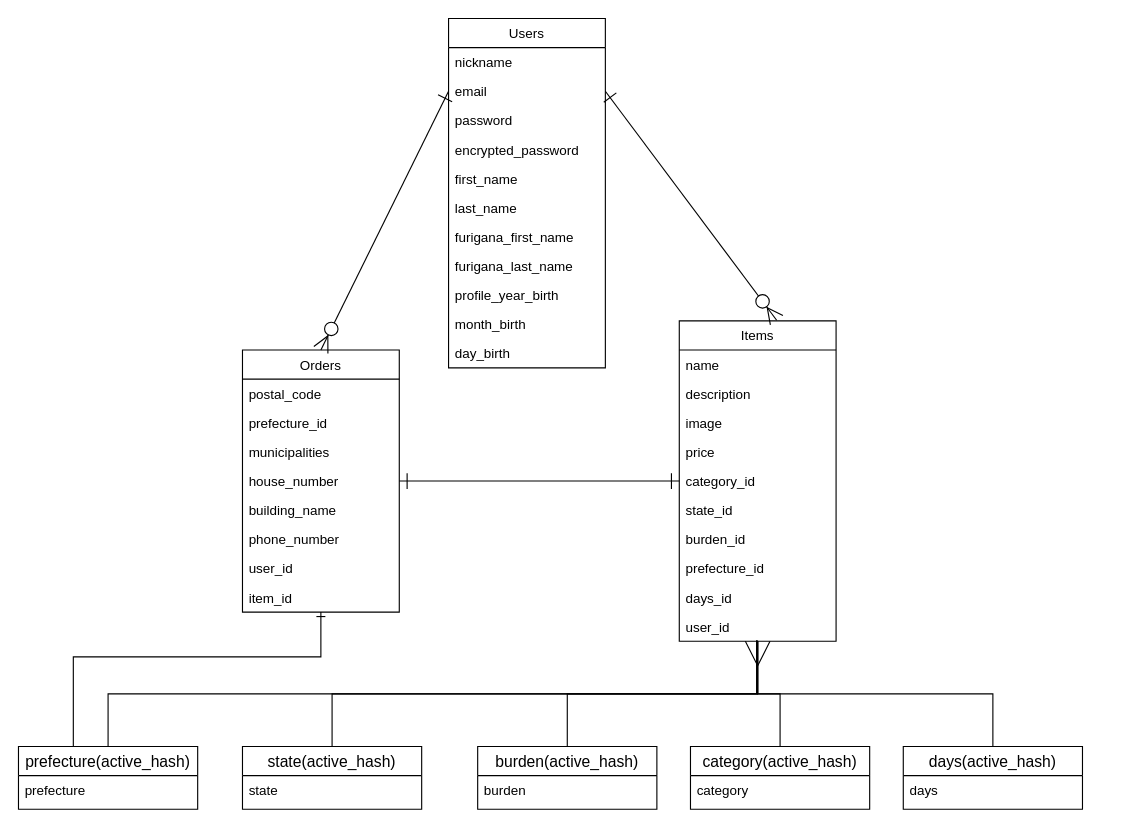
kazuomi-nakajima/furima-32996 keeps this draw.io diagram as er_diagram.dio. Above is the earlier version. Source tidied: cells renumbered, new cells numbered last; positions are measured from the earlier drawing's top-left corner, leaving out a move shared by most shapes. Both pictures are drawn from the tidied source at 112%, with x=0, y=0 at pixel (18, 18).
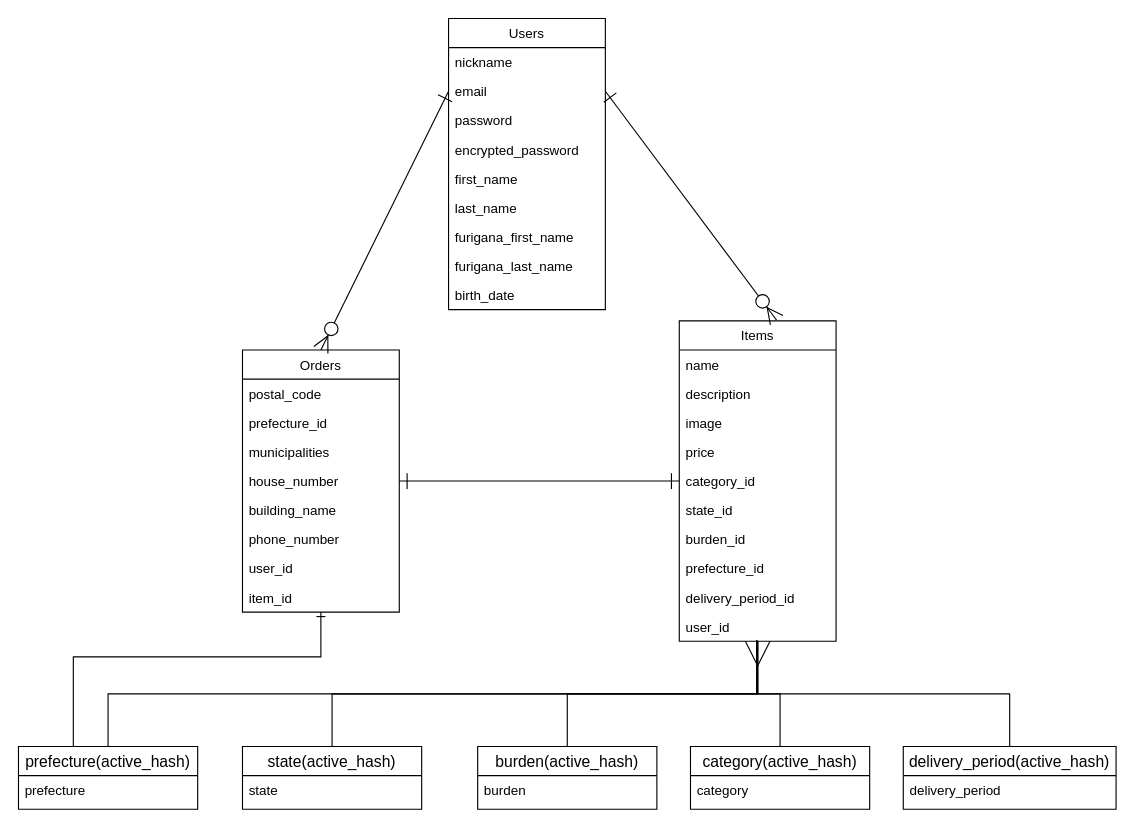
Above is the later version.

Commit message (it also covers changes not shown here):
DB修正：生年月日,購入テーブル

The change refers to these unchanged cells:
```xml
<mxCell id="14" value="Items" style="swimlane;fontStyle=0;horizontal=1;startSize=26;fillColor=none;" parent="1" vertex="1">
  <mxGeometry x="590" y="270" width="140" height="286" as="geometry" />
</mxCell>
```

Diff of the diagram source:
```diff
@@
     <mxCell id="2" value="Users" style="swimlane;fontStyle=0;horizontal=1;startSize=26;fillColor=none;" parent="1" vertex="1">
-      <mxGeometry x="384" width="140" height="312" as="geometry" />
+      <mxGeometry x="384" width="140" height="260" as="geometry" />
     </mxCell>
@@
-    <mxCell id="11" value="profile_year_birth" style="text;strokeColor=none;fillColor=none;align=left;verticalAlign=top;spacingLeft=4;spacingRight=4;overflow=hidden;" parent="2" vertex="1">
+    <mxCell id="11" value="birth_date" style="text;strokeColor=none;fillColor=none;align=left;verticalAlign=top;spacingLeft=4;spacingRight=4;overflow=hidden;" parent="2" vertex="1">
       <mxGeometry y="234" width="140" height="26" as="geometry" />
     </mxCell>
-    <mxCell id="12" value="month_birth" style="text;strokeColor=none;fillColor=none;align=left;verticalAlign=top;spacingLeft=4;spacingRight=4;overflow=hidden;" parent="2" vertex="1">
-      <mxGeometry y="260" width="140" height="26" as="geometry" />
-    </mxCell>
-    <mxCell id="13" value="day_birth" style="text;strokeColor=none;fillColor=none;align=left;verticalAlign=top;spacingLeft=4;spacingRight=4;overflow=hidden;" parent="2" vertex="1">
-      <mxGeometry y="286" width="140" height="26" as="geometry" />
-    </mxCell>
@@
-    <mxCell id="23" value="days_id" style="text;strokeColor=none;fillColor=none;align=left;verticalAlign=top;spacingLeft=4;spacingRight=4;overflow=hidden;" parent="14" vertex="1">
+    <mxCell id="23" value="delivery_period_id" style="text;strokeColor=none;fillColor=none;align=left;verticalAlign=top;spacingLeft=4;spacingRight=4;overflow=hidden;" parent="14" vertex="1">
       <mxGeometry y="234" width="140" height="26" as="geometry" />
     </mxCell>
@@
-    <mxCell id="44" value="days(active_hash)" style="swimlane;fontStyle=0;horizontal=1;startSize=26;align=center;fontSize=14;" parent="1" vertex="1">
-      <mxGeometry x="790" y="650" width="160" height="56" as="geometry" />
+    <mxCell id="44" value="delivery_period(active_hash)" style="swimlane;fontStyle=0;horizontal=1;startSize=26;align=center;fontSize=14;" parent="1" vertex="1">
+      <mxGeometry x="790" y="650" width="190" height="56" as="geometry" />
     </mxCell>
-    <mxCell id="45" value="days" style="text;strokeColor=none;fillColor=none;spacingLeft=4;spacingRight=4;overflow=hidden;fontSize=12;" parent="44" vertex="1">
-      <mxGeometry y="26" width="160" height="30" as="geometry" />
+    <mxCell id="45" value="delivery_period" style="text;strokeColor=none;fillColor=none;spacingLeft=4;spacingRight=4;overflow=hidden;fontSize=12;" parent="44" vertex="1">
+      <mxGeometry y="26" width="190" height="30" as="geometry" />
     </mxCell>
```
